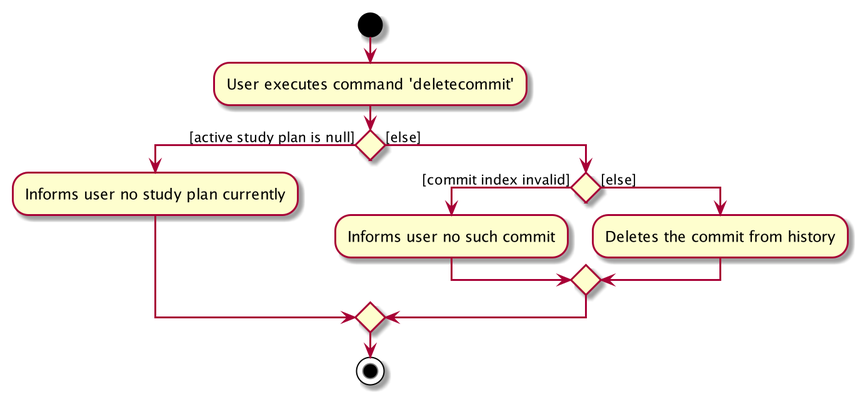
This is docs/images/DeleteCommitActivityDiagram.png from nus-cs2103-AY1920S1/addressbook-level3, a PlantUML export, as it was before one commit.
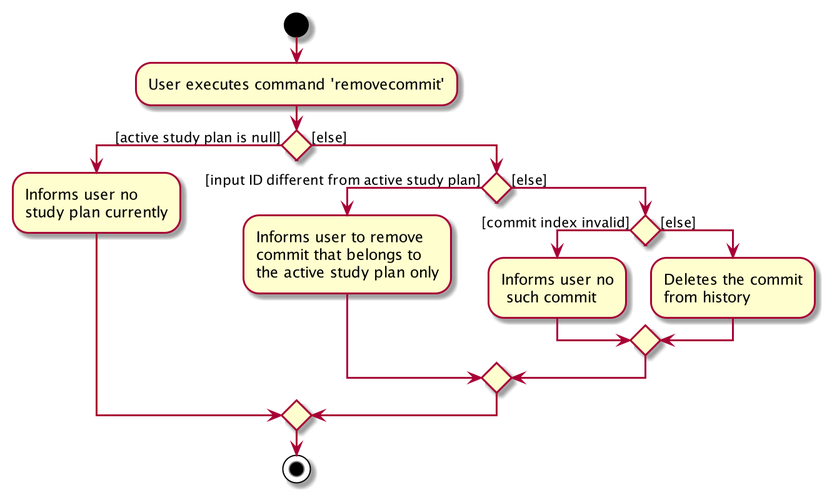
Later version of the same file.

What changed in the source:
```diff
@@ -1,15 +1,24 @@
 @startuml
 start
-:User executes command 'deletecommit';
+:User executes command 'removecommit';
 
 
 if () then ([active study plan is null])
-    :Informs user no study plan currently;
+    :Informs user no
+    study plan currently;
 else ([else])
-    if () then ([commit index invalid])
-        :Informs user no such commit;
+    if () then ([input ID different from active study plan])
+        :Informs user to remove
+        commit that belongs to
+        the active study plan only;
     else ([else])
-        :Deletes the commit from history;
+        if () then ([commit index invalid])
+            :Informs user no
+             such commit;
+        else ([else])
+            :Deletes the commit
+            from history;
+        endif
     endif
 endif
 stop
```
